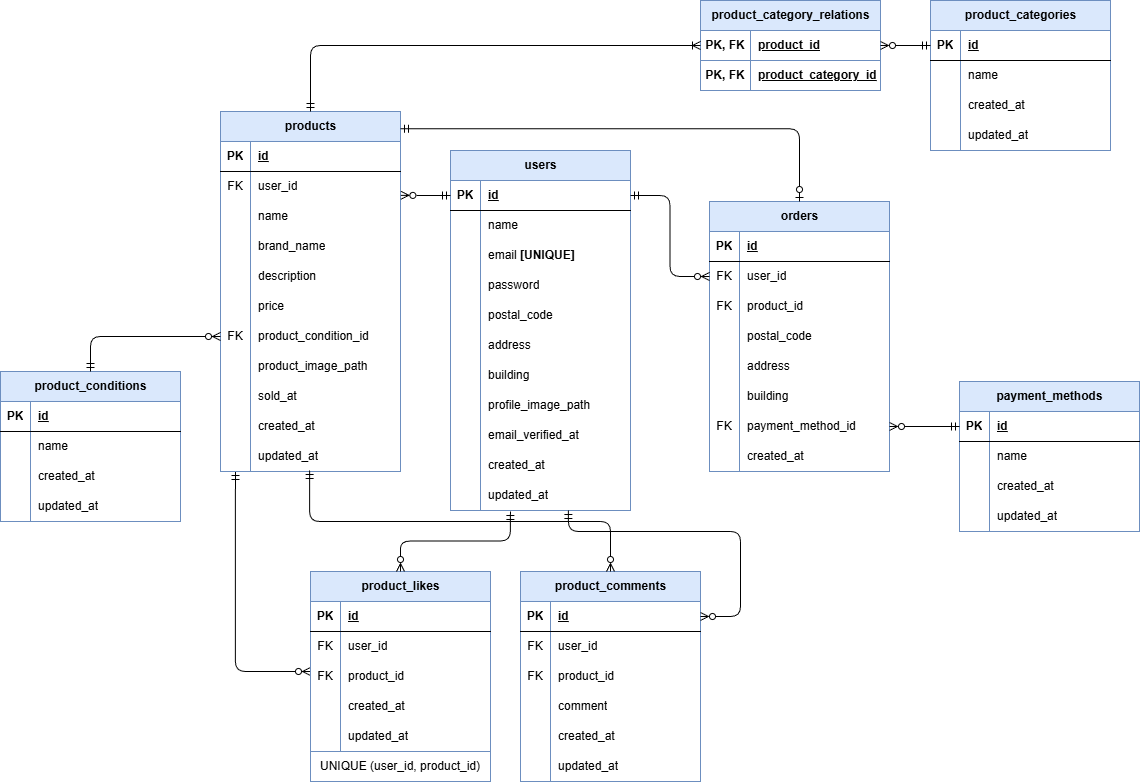
The draw.io diagram docs/requirements/er_diagram.drawio.png in yyoshi-dev/coachtech-flea-market-app, before a commit. Source tidied: cells renumbered, new cells last; positions are measured from the earlier drawing's top-left corner, leaving out a move shared by most shapes.
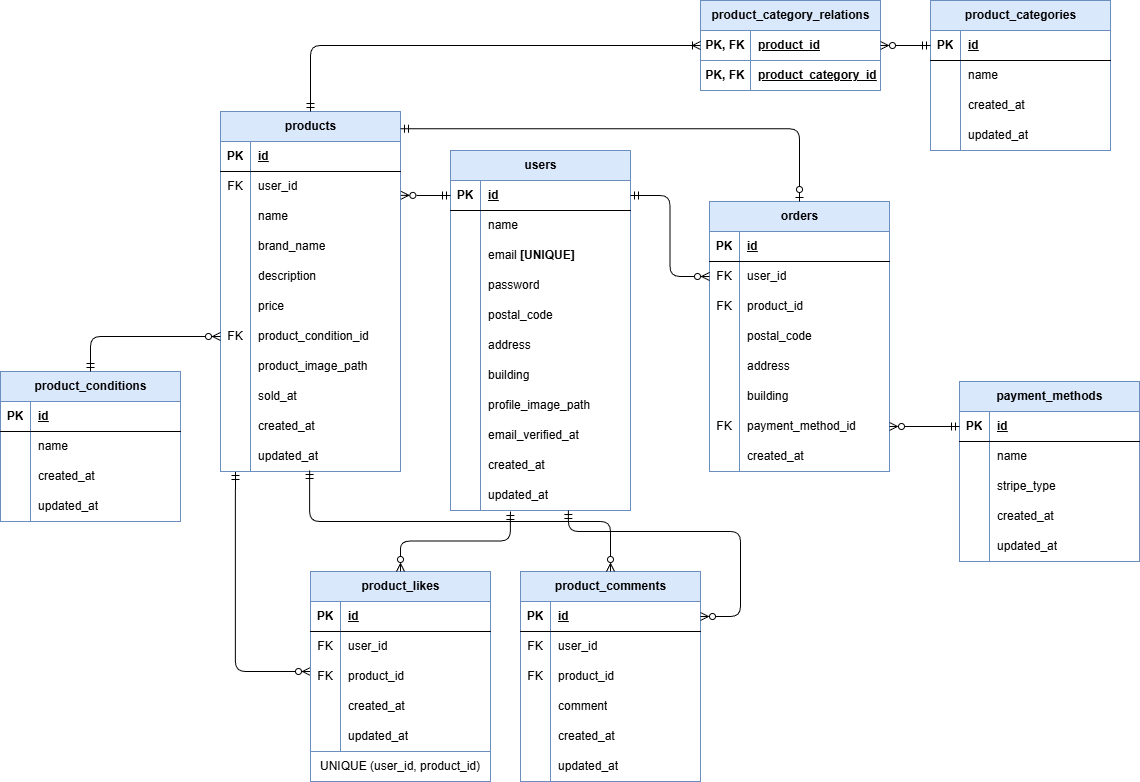
After the commit.

Diff of the diagram source:
```diff
@@ -384,7 +384,7 @@
       <mxGeometry x="30" width="150" height="30" as="geometry" />
     </mxCell>
     <mxCell id="129" value="payment_methods" style="shape=table;startSize=30;rowLines=0;fontStyle=1;align=center;html=1;fillColor=#dae8fc;strokeColor=#6c8ebf;" parent="1" vertex="1">
-      <mxGeometry x="959" y="381" width="180" height="150" as="geometry" />
+      <mxGeometry x="959" y="381" width="180" height="180" as="geometry" />
     </mxCell>
     <mxCell id="130" style="shape=tableRow;horizontal=0;startSize=0;swimlaneHead=0;swimlaneBody=0;fillColor=none;points=[[0,0.5],[1,0.5]];portConstraint=eastwest;top=0;left=0;right=0;bottom=1;" parent="129" vertex="1">
       <mxGeometry y="30" width="180" height="30" as="geometry" />
@@ -404,8 +404,17 @@
     <mxCell id="135" value="name" style="shape=partialRectangle;fillColor=none;top=0;left=0;bottom=0;right=0;align=left;spacingLeft=6;overflow=hidden;whiteSpace=wrap;html=1;" parent="133" vertex="1">
       <mxGeometry x="30" width="150" height="30" as="geometry" />
     </mxCell>
+    <mxCell id="188" style="shape=tableRow;horizontal=0;startSize=0;swimlaneHead=0;swimlaneBody=0;fillColor=none;top=0;left=0;right=0;bottom=0;" parent="129" vertex="1">
+      <mxGeometry y="90" width="180" height="30" as="geometry" />
+    </mxCell>
+    <mxCell id="189" style="shape=partialRectangle;fillColor=none;top=0;left=0;bottom=0;right=0;overflow=hidden;whiteSpace=wrap;html=1;" parent="188" vertex="1">
+      <mxGeometry width="30" height="30" as="geometry" />
+    </mxCell>
+    <mxCell id="190" value="stripe_type" style="shape=partialRectangle;fillColor=none;top=0;left=0;bottom=0;right=0;align=left;spacingLeft=6;overflow=hidden;whiteSpace=wrap;html=1;" parent="188" vertex="1">
+      <mxGeometry x="30" width="150" height="30" as="geometry" />
+    </mxCell>
     <mxCell id="136" style="shape=tableRow;horizontal=0;startSize=0;swimlaneHead=0;swimlaneBody=0;fillColor=none;top=0;left=0;right=0;bottom=0;" parent="129" vertex="1">
-      <mxGeometry y="90" width="180" height="30" as="geometry" />
+      <mxGeometry y="120" width="180" height="30" as="geometry" />
     </mxCell>
     <mxCell id="137" style="shape=partialRectangle;fillColor=none;top=0;left=0;bottom=0;right=0;overflow=hidden;whiteSpace=wrap;html=1;" parent="136" vertex="1">
       <mxGeometry width="30" height="30" as="geometry" />
@@ -414,7 +423,7 @@
       <mxGeometry x="30" width="150" height="30" as="geometry" />
     </mxCell>
     <mxCell id="139" style="shape=tableRow;horizontal=0;startSize=0;swimlaneHead=0;swimlaneBody=0;fillColor=none;top=0;left=0;right=0;bottom=0;" parent="129" vertex="1">
-      <mxGeometry y="120" width="180" height="30" as="geometry" />
+      <mxGeometry y="150" width="180" height="30" as="geometry" />
     </mxCell>
     <mxCell id="140" style="shape=partialRectangle;fillColor=none;top=0;left=0;bottom=0;right=0;overflow=hidden;whiteSpace=wrap;html=1;" parent="139" vertex="1">
       <mxGeometry width="30" height="30" as="geometry" />
```
